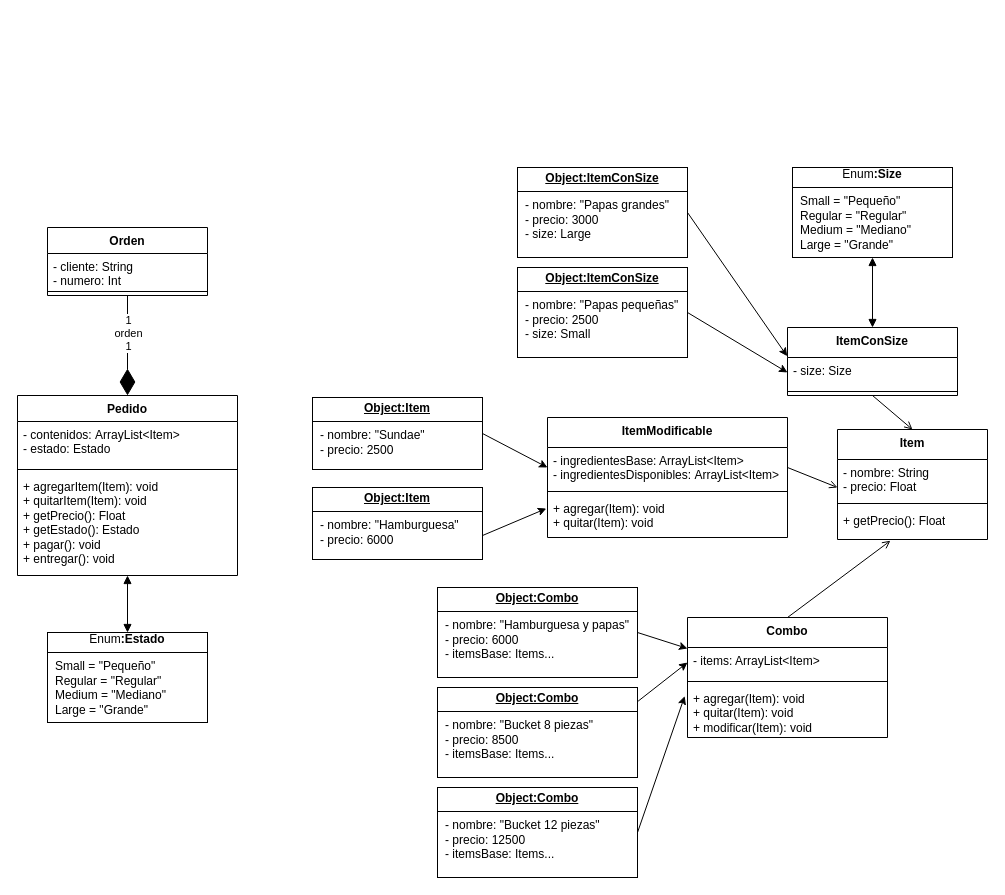
Zasa-san/inspt-programacion2 keeps this draw.io diagram as uml.drawio. Above is the earlier version. Source tidied: cells renumbered, new cells numbered last; positions are measured from the earlier drawing's top-left corner, leaving out a move shared by most shapes. Both pictures are drawn from the tidied source at 100%, with x=0, y=0 at pixel (17, 167).
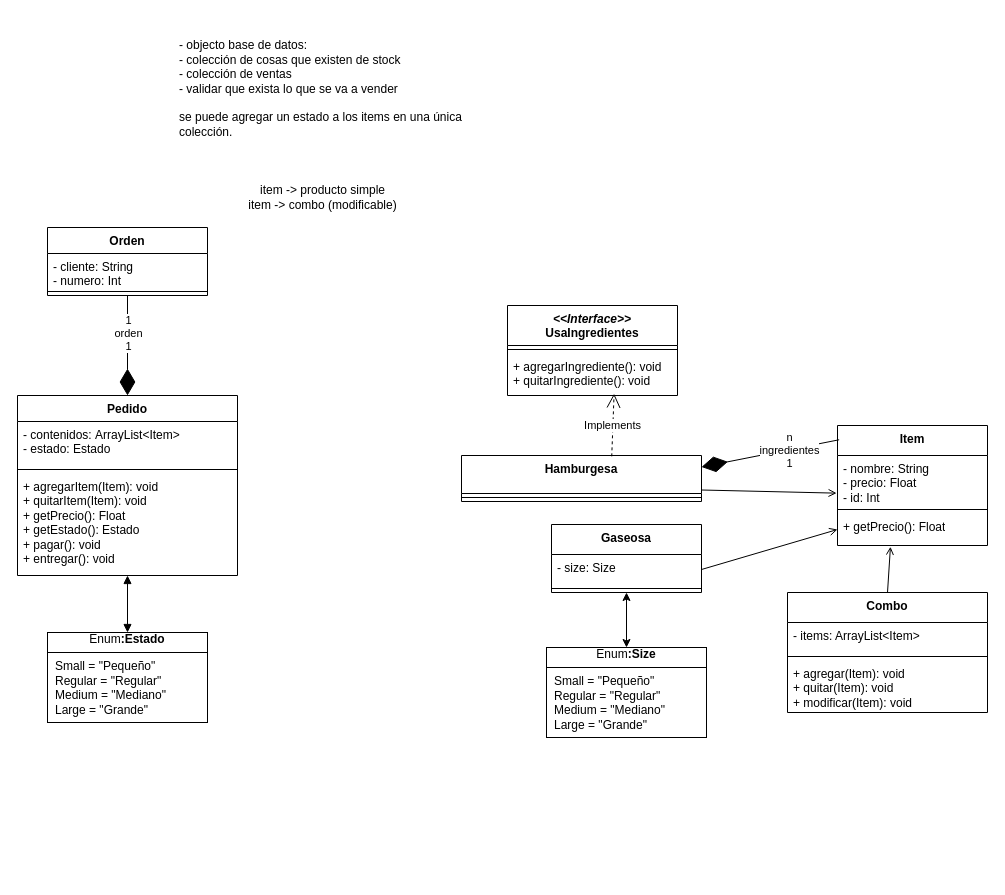
The same diagram, later.

Commit message (it also covers changes not shown here):
mejora de productos e implementación base

The change refers to these unchanged cells:
```xml
<mxCell id="8" value="- items: ArrayList&amp;lt;Item&amp;gt;" style="text;strokeColor=none;fillColor=none;align=left;verticalAlign=top;spacingLeft=4;spacingRight=4;overflow=hidden;points=[[0,0.5],[1,0.5]];portConstraint=eastwest;whiteSpace=wrap;html=1;" parent="7" vertex="1">
  <mxGeometry y="30" width="200" height="30" as="geometry" />
</mxCell>
<mxCell id="10" value="+ agregar(Item): void&lt;div&gt;+ quitar(Item): void&lt;br&gt;&lt;/div&gt;&lt;div&gt;+ modificar(Item): void&lt;/div&gt;" style="text;strokeColor=none;fillColor=none;align=left;verticalAlign=top;spacingLeft=4;spacingRight=4;overflow=hidden;points=[[0,0.5],[1,0.5]];portConstraint=eastwest;whiteSpace=wrap;html=1;" parent="7" vertex="1">
  <mxGeometry y="68" width="200" height="52" as="geometry" />
</mxCell>
```

Diff of the diagram source:
```diff
@@
     <mxCell id="6" value="&lt;div align=&quot;center&quot;&gt;Enum&lt;b&gt;:Size&lt;/b&gt;&lt;/div&gt;&lt;hr size=&quot;1&quot; style=&quot;border-style:solid;&quot;&gt;&lt;p style=&quot;margin:0px;margin-left:8px;&quot;&gt;Small = &quot;Pequeño&quot;&lt;/p&gt;&lt;p style=&quot;margin:0px;margin-left:8px;&quot;&gt;Regular = &quot;Regular&quot;&lt;br&gt;Medium = &quot;Mediano&quot;&lt;br&gt;Large = &quot;Grande&quot;&lt;/p&gt;" style="verticalAlign=top;align=left;overflow=fill;html=1;whiteSpace=wrap;" parent="1" vertex="1">
-      <mxGeometry x="775" width="160" height="90" as="geometry" />
+      <mxGeometry x="529" y="480" width="160" height="90" as="geometry" />
     </mxCell>
     <mxCell id="7" value="&lt;div&gt;&lt;span style=&quot;background-color: transparent;&quot;&gt;Combo&lt;/span&gt;&lt;br&gt;&lt;/div&gt;&lt;div&gt;&lt;br&gt;&lt;/div&gt;&lt;div&gt;&lt;br&gt;&lt;/div&gt;" style="swimlane;fontStyle=1;align=center;verticalAlign=top;horizontal=1;startSize=30;whiteSpace=wrap;html=1;" parent="1" vertex="1">
-      <mxGeometry x="670" y="450" width="200" height="120" as="geometry" />
+      <mxGeometry x="770" y="425" width="200" height="120" as="geometry" />
     </mxCell>
@@
     <mxCell id="11" value="&lt;div&gt;Item&lt;/div&gt;" style="swimlane;fontStyle=1;align=center;verticalAlign=top;horizontal=1;startSize=30;whiteSpace=wrap;html=1;" parent="1" vertex="1">
-      <mxGeometry x="820" y="262" width="150" height="110" as="geometry" />
+      <mxGeometry x="820" y="258" width="150" height="120" as="geometry" />
     </mxCell>
-    <mxCell id="12" value="&lt;div&gt;- nombre: String&lt;/div&gt;&lt;div&gt;- precio: Float&lt;/div&gt;" style="text;strokeColor=none;fillColor=none;align=left;verticalAlign=top;spacingLeft=4;spacingRight=4;overflow=hidden;points=[[0,0.5],[1,0.5]];portConstraint=eastwest;whiteSpace=wrap;html=1;" parent="11" vertex="1">
-      <mxGeometry y="30" width="150" height="40" as="geometry" />
+    <mxCell id="12" value="&lt;div&gt;- nombre: String&lt;/div&gt;&lt;div&gt;- precio: Float&lt;/div&gt;&lt;div&gt;- id: Int&lt;/div&gt;&lt;div&gt;&lt;br&gt;&lt;/div&gt;" style="text;strokeColor=none;fillColor=none;align=left;verticalAlign=top;spacingLeft=4;spacingRight=4;overflow=hidden;points=[[0,0.5],[1,0.5]];portConstraint=eastwest;whiteSpace=wrap;html=1;" parent="11" vertex="1">
+      <mxGeometry y="30" width="150" height="50" as="geometry" />
     </mxCell>
     <mxCell id="13" style="line;strokeWidth=1;fillColor=none;align=left;verticalAlign=middle;spacingTop=-1;spacingLeft=3;spacingRight=3;labelPosition=right;strokeColor=inherit;" parent="11" vertex="1">
-      <mxGeometry y="70" width="150" height="8" as="geometry" />
+      <mxGeometry y="80" width="150" height="8" as="geometry" />
     </mxCell>
     <mxCell id="14" value="&lt;div&gt;+ getPrecio(): Float&lt;/div&gt;&lt;div&gt;&lt;br&gt;&lt;/div&gt;&lt;div&gt;&lt;br&gt;&lt;/div&gt;" style="text;strokeColor=none;fillColor=none;align=left;verticalAlign=top;spacingLeft=4;spacingRight=4;overflow=hidden;points=[[0,0.5],[1,0.5]];portConstraint=eastwest;whiteSpace=wrap;html=1;" parent="11" vertex="1">
-      <mxGeometry y="78" width="150" height="32" as="geometry" />
+      <mxGeometry y="88" width="150" height="32" as="geometry" />
     </mxCell>
-    <mxCell id="15" style="endArrow=classic;html=1;rounded=0;exitX=1;exitY=0.5;exitDx=0;exitDy=0;entryX=0;entryY=0.5;entryDx=0;entryDy=0;fontStyle=1;" parent="1" edge="1" source="34" target="18">
-      <mxGeometry relative="1" as="geometry" />
-    </mxCell>
-    <mxCell id="16" style="endArrow=classic;html=1;rounded=0;entryX=-0.002;entryY=-0.044;entryDx=0;entryDy=0;entryPerimeter=0;exitX=1;exitY=0.5;exitDx=0;exitDy=0;" parent="1" edge="1" source="33" target="18">
-      <mxGeometry relative="1" as="geometry" />
-    </mxCell>
-    <mxCell id="17" value="ItemConSize" style="swimlane;fontStyle=1;align=center;verticalAlign=top;horizontal=1;startSize=30;whiteSpace=wrap;html=1;" parent="1" vertex="1">
-      <mxGeometry x="770" y="160" width="170" height="68" as="geometry" />
-    </mxCell>
-    <mxCell id="18" value="&lt;div&gt;&lt;span style=&quot;background-color: transparent;&quot;&gt;- size: Size&lt;/span&gt;&lt;br&gt;&lt;/div&gt;" style="text;strokeColor=none;fillColor=none;align=left;verticalAlign=top;spacingLeft=4;spacingRight=4;overflow=hidden;points=[[0,0.5],[1,0.5]];portConstraint=eastwest;whiteSpace=wrap;html=1;" parent="17" vertex="1">
-      <mxGeometry y="30" width="170" height="30" as="geometry" />
-    </mxCell>
-    <mxCell id="19" style="line;strokeWidth=1;fillColor=none;align=left;verticalAlign=middle;spacingTop=-1;spacingLeft=3;spacingRight=3;labelPosition=right;strokeColor=inherit;" parent="17" vertex="1">
-      <mxGeometry y="60" width="170" height="8" as="geometry" />
-    </mxCell>
-    <mxCell id="20" style="endArrow=open;html=1;rounded=0;exitX=0.5;exitY=1;exitDx=0;exitDy=0;entryX=0.5;entryY=0;entryDx=0;entryDy=0;endFill=0;" parent="1" edge="1" source="17" target="11">
-      <mxGeometry relative="1" as="geometry" />
-    </mxCell>
-    <mxCell id="21" style="endArrow=classic;html=1;rounded=0;exitX=1.003;exitY=0.152;exitDx=0;exitDy=0;entryX=0;entryY=0.5;entryDx=0;entryDy=0;exitPerimeter=0;" parent="1" edge="1" source="22" target="8">
-      <mxGeometry relative="1" as="geometry" />
-    </mxCell>
-    <mxCell id="22" value="&lt;p style=&quot;margin:0px;margin-top:4px;text-align:center;text-decoration:underline;&quot;&gt;&lt;b&gt;Object:Combo&lt;/b&gt;&lt;/p&gt;&lt;hr size=&quot;1&quot; style=&quot;border-style:solid;&quot;&gt;&lt;p style=&quot;margin:0px;margin-left:8px;&quot;&gt;- nombre: &quot;Bucket 8 piezas&quot;&lt;/p&gt;&lt;p style=&quot;margin:0px;margin-left:8px;&quot;&gt;- precio: 8500&lt;/p&gt;&lt;p style=&quot;margin:0px;margin-left:8px;&quot;&gt;- itemsBase: Items...&lt;/p&gt;" style="verticalAlign=top;align=left;overflow=fill;html=1;whiteSpace=wrap;" parent="1" vertex="1">
-      <mxGeometry x="420" y="520" width="200" height="90" as="geometry" />
-    </mxCell>
-    <mxCell id="23" value="&lt;p style=&quot;margin:0px;margin-top:4px;text-align:center;text-decoration:underline;&quot;&gt;&lt;b&gt;Object:Combo&lt;/b&gt;&lt;/p&gt;&lt;hr size=&quot;1&quot; style=&quot;border-style:solid;&quot;&gt;&lt;p style=&quot;margin:0px;margin-left:8px;&quot;&gt;- nombre: &quot;Bucket 12 piezas&quot;&lt;/p&gt;&lt;p style=&quot;margin:0px;margin-left:8px;&quot;&gt;- precio: 12500&lt;/p&gt;&lt;p style=&quot;margin:0px;margin-left:8px;&quot;&gt;- itemsBase:&amp;nbsp;&lt;span style=&quot;background-color: transparent;&quot;&gt;Items...&lt;/span&gt;&lt;/p&gt;" style="verticalAlign=top;align=left;overflow=fill;html=1;whiteSpace=wrap;" parent="1" vertex="1">
-      <mxGeometry x="420" y="620" width="200" height="90" as="geometry" />
-    </mxCell>
-    <mxCell id="24" style="endArrow=classic;html=1;rounded=0;entryX=-0.014;entryY=0.205;entryDx=0;entryDy=0;entryPerimeter=0;exitX=1;exitY=0.5;exitDx=0;exitDy=0;" parent="1" edge="1" source="23" target="10">
-      <mxGeometry relative="1" as="geometry" />
-    </mxCell>
@@
-    <mxCell id="26" value="&lt;p style=&quot;margin:0px;margin-top:4px;text-align:center;text-decoration:underline;&quot;&gt;&lt;b&gt;Object:Combo&lt;/b&gt;&lt;/p&gt;&lt;hr size=&quot;1&quot; style=&quot;border-style:solid;&quot;&gt;&lt;p style=&quot;margin:0px;margin-left:8px;&quot;&gt;- nombre: &quot;Hamburguesa y papas&quot;&lt;/p&gt;&lt;p style=&quot;margin:0px;margin-left:8px;&quot;&gt;- precio: 6000&lt;/p&gt;&lt;p style=&quot;margin:0px;margin-left:8px;&quot;&gt;- itemsBase: Items...&lt;/p&gt;" style="verticalAlign=top;align=left;overflow=fill;html=1;whiteSpace=wrap;" parent="1" vertex="1">
-      <mxGeometry x="420" y="420" width="200" height="90" as="geometry" />
-    </mxCell>
-    <mxCell id="27" style="endArrow=classic;html=1;rounded=0;entryX=0;entryY=0.033;entryDx=0;entryDy=0;entryPerimeter=0;exitX=1;exitY=0.5;exitDx=0;exitDy=0;" parent="1" edge="1" source="26" target="8">
-      <mxGeometry relative="1" as="geometry" />
-    </mxCell>
@@
-    <mxCell id="33" value="&lt;p style=&quot;margin:0px;margin-top:4px;text-align:center;text-decoration:underline;&quot;&gt;&lt;b&gt;Object:ItemConSize&lt;/b&gt;&lt;/p&gt;&lt;hr size=&quot;1&quot; style=&quot;border-style:solid;&quot;&gt;&lt;p style=&quot;margin:0px;margin-left:8px;&quot;&gt;- nombre: &quot;Papas grandes&quot;&lt;/p&gt;&lt;p style=&quot;margin:0px;margin-left:8px;&quot;&gt;- precio: 3000&lt;/p&gt;&lt;p style=&quot;margin:0px;margin-left:8px;&quot;&gt;- size: Large&lt;/p&gt;" style="verticalAlign=top;align=left;overflow=fill;html=1;whiteSpace=wrap;" parent="1" vertex="1">
-      <mxGeometry x="500" width="170" height="90" as="geometry" />
-    </mxCell>
-    <mxCell id="34" value="&lt;p style=&quot;margin:0px;margin-top:4px;text-align:center;text-decoration:underline;&quot;&gt;&lt;b&gt;Object:ItemConSize&lt;/b&gt;&lt;/p&gt;&lt;hr size=&quot;1&quot; style=&quot;border-style:solid;&quot;&gt;&lt;p style=&quot;margin:0px;margin-left:8px;&quot;&gt;- nombre: &quot;Papas pequeñas&quot;&lt;/p&gt;&lt;p style=&quot;margin:0px;margin-left:8px;&quot;&gt;- precio: 2500&lt;/p&gt;&lt;p style=&quot;margin:0px;margin-left:8px;&quot;&gt;- size: Small&lt;/p&gt;" style="verticalAlign=top;align=left;overflow=fill;html=1;whiteSpace=wrap;" parent="1" vertex="1">
-      <mxGeometry x="500" y="100" width="170" height="90" as="geometry" />
-    </mxCell>
-    <mxCell id="35" value="&lt;p style=&quot;margin:0px;margin-top:4px;text-align:center;text-decoration:underline;&quot;&gt;&lt;b&gt;Object:Item&lt;/b&gt;&lt;/p&gt;&lt;hr size=&quot;1&quot; style=&quot;border-style:solid;&quot;&gt;&lt;p style=&quot;margin:0px;margin-left:8px;&quot;&gt;- nombre: &quot;Sundae&quot;&lt;/p&gt;&lt;p style=&quot;margin:0px;margin-left:8px;&quot;&gt;- precio: 2500&lt;br&gt;&lt;/p&gt;" style="verticalAlign=top;align=left;overflow=fill;html=1;whiteSpace=wrap;" parent="1" vertex="1">
-      <mxGeometry x="295" y="230" width="170" height="72" as="geometry" />
-    </mxCell>
-    <mxCell id="36" value="&lt;p style=&quot;margin:0px;margin-top:4px;text-align:center;text-decoration:underline;&quot;&gt;&lt;b&gt;Object:Item&lt;/b&gt;&lt;/p&gt;&lt;hr size=&quot;1&quot; style=&quot;border-style:solid;&quot;&gt;&lt;p style=&quot;margin:0px;margin-left:8px;&quot;&gt;- nombre: &quot;Hamburguesa&quot;&lt;/p&gt;&lt;p style=&quot;margin:0px;margin-left:8px;&quot;&gt;- precio: 6000&lt;br&gt;&lt;/p&gt;" style="verticalAlign=top;align=left;overflow=fill;html=1;whiteSpace=wrap;" parent="1" vertex="1">
-      <mxGeometry x="295" y="320" width="170" height="72" as="geometry" />
-    </mxCell>
-    <mxCell id="37" value="&lt;div&gt;ItemModificable&lt;/div&gt;" style="swimlane;fontStyle=1;align=center;verticalAlign=top;horizontal=1;startSize=30;whiteSpace=wrap;html=1;" parent="1" vertex="1">
-      <mxGeometry x="530" y="250" width="240" height="120" as="geometry" />
-    </mxCell>
-    <mxCell id="38" value="- ingredientesBase: ArrayList&amp;lt;Item&amp;gt;&lt;div&gt;- ingredientesDisponibles:&amp;nbsp;&lt;span style=&quot;background-color: transparent;&quot;&gt;ArrayList&amp;lt;Item&amp;gt;&lt;/span&gt;&lt;br&gt;&lt;/div&gt;" style="text;strokeColor=none;fillColor=none;align=left;verticalAlign=top;spacingLeft=4;spacingRight=4;overflow=hidden;points=[[0,0.5],[1,0.5]];portConstraint=eastwest;whiteSpace=wrap;html=1;" parent="37" vertex="1">
-      <mxGeometry y="30" width="240" height="40" as="geometry" />
-    </mxCell>
-    <mxCell id="39" style="line;strokeWidth=1;fillColor=none;align=left;verticalAlign=middle;spacingTop=-1;spacingLeft=3;spacingRight=3;labelPosition=right;strokeColor=inherit;" parent="37" vertex="1">
-      <mxGeometry y="70" width="240" height="8" as="geometry" />
-    </mxCell>
-    <mxCell id="40" value="&lt;div&gt;+ agregar(Item): void&lt;/div&gt;&lt;div&gt;+ quitar(Item): void&lt;/div&gt;&lt;div&gt;&lt;br&gt;&lt;/div&gt;&lt;div&gt;&lt;br&gt;&lt;/div&gt;" style="text;strokeColor=none;fillColor=none;align=left;verticalAlign=top;spacingLeft=4;spacingRight=4;overflow=hidden;points=[[0,0.5],[1,0.5]];portConstraint=eastwest;whiteSpace=wrap;html=1;" parent="37" vertex="1">
-      <mxGeometry y="78" width="240" height="42" as="geometry" />
-    </mxCell>
-    <mxCell id="41" style="endArrow=open;html=1;rounded=0;exitX=1;exitY=0.5;exitDx=0;exitDy=0;endFill=0;" parent="1" edge="1" source="38">
-      <mxGeometry relative="1" as="geometry">
-        <mxPoint x="820" y="320" as="targetPoint" />
-      </mxGeometry>
-    </mxCell>
-    <mxCell id="42" style="endArrow=classic;html=1;rounded=0;exitX=1;exitY=0.5;exitDx=0;exitDy=0;entryX=0;entryY=0.5;entryDx=0;entryDy=0;" parent="1" edge="1" source="35" target="38">
-      <mxGeometry relative="1" as="geometry" />
-    </mxCell>
-    <mxCell id="43" style="endArrow=classic;html=1;rounded=0;exitX=1;exitY=0.667;exitDx=0;exitDy=0;entryX=-0.005;entryY=0.31;entryDx=0;entryDy=0;exitPerimeter=0;entryPerimeter=0;" parent="1" edge="1" source="36" target="40">
-      <mxGeometry relative="1" as="geometry" />
-    </mxCell>
-    <mxCell id="44" style="endArrow=block;startArrow=block;endFill=1;startFill=1;html=1;rounded=0;entryX=0.5;entryY=1;entryDx=0;entryDy=0;exitX=0.5;exitY=0;exitDx=0;exitDy=0;" parent="1" edge="1" source="17" target="6">
-      <mxGeometry relative="1" as="geometry" />
-    </mxCell>
@@
+    <mxCell id="47" value="&#10;- objecto base de datos:&#10;- colección de cosas que existen de stock&#10;- colección de ventas&#10;- validar que exista lo que se va a vender&#10;&#10;se puede agregar un estado a los items en una única colección." style="text;whiteSpace=wrap;" parent="1" vertex="1">
+      <mxGeometry x="160" y="-150" width="310" height="130" as="geometry" />
+    </mxCell>
+    <mxCell id="48" value="&lt;div&gt;item -&amp;gt; producto simple&lt;/div&gt;&lt;div&gt;item -&amp;gt; combo (modificable)&lt;/div&gt;" style="text;html=1;align=center;verticalAlign=middle;strokeColor=none;fillColor=none;" parent="1" vertex="1">
+      <mxGeometry x="220" y="10" width="170" height="40" as="geometry" />
+    </mxCell>
+    <mxCell id="49" value="Gaseosa" style="swimlane;fontStyle=1;align=center;verticalAlign=top;horizontal=1;startSize=30;whiteSpace=wrap;html=1;" parent="1" vertex="1">
+      <mxGeometry x="534" y="357" width="150" height="68" as="geometry" />
+    </mxCell>
+    <mxCell id="18" value="&lt;div&gt;- size: Size&lt;/div&gt;" style="text;strokeColor=none;fillColor=none;align=left;verticalAlign=top;spacingLeft=4;spacingRight=4;overflow=hidden;points=[[0,0.5],[1,0.5]];portConstraint=eastwest;whiteSpace=wrap;html=1;" parent="49" vertex="1">
+      <mxGeometry y="30" width="150" height="30" as="geometry" />
+    </mxCell>
+    <mxCell id="50" style="line;strokeWidth=1;fillColor=none;align=left;verticalAlign=middle;spacingTop=-1;spacingLeft=3;spacingRight=3;labelPosition=right;strokeColor=inherit;" parent="49" vertex="1">
+      <mxGeometry y="60" width="150" height="8" as="geometry" />
+    </mxCell>
+    <mxCell id="51" style="endArrow=classic;startArrow=classic;html=1;rounded=0;entryX=0.5;entryY=0;entryDx=0;entryDy=0;exitX=0.5;exitY=1;exitDx=0;exitDy=0;" parent="1" edge="1" source="49" target="6">
+      <mxGeometry relative="1" as="geometry" />
+    </mxCell>
+    <mxCell id="52" style="endArrow=open;html=1;rounded=0;exitX=1;exitY=0.5;exitDx=0;exitDy=0;entryX=0;entryY=0.5;entryDx=0;entryDy=0;endFill=0;" parent="1" edge="1" source="18" target="14">
+      <mxGeometry relative="1" as="geometry" />
+    </mxCell>
+    <mxCell id="53" value="Hamburgesa" style="swimlane;fontStyle=1;align=center;verticalAlign=top;horizontal=1;startSize=38;whiteSpace=wrap;html=1;" parent="1" vertex="1">
+      <mxGeometry x="444" y="288" width="240" height="46" as="geometry" />
+    </mxCell>
+    <mxCell id="54" style="line;strokeWidth=1;fillColor=none;align=left;verticalAlign=middle;spacingTop=-1;spacingLeft=3;spacingRight=3;labelPosition=right;strokeColor=inherit;" parent="53" vertex="1">
+      <mxGeometry y="38" width="240" height="8" as="geometry" />
+    </mxCell>
+    <mxCell id="55" style="endArrow=open;html=1;rounded=0;exitX=1;exitY=0.75;exitDx=0;exitDy=0;entryX=-0.006;entryY=0.753;entryDx=0;entryDy=0;endFill=0;entryPerimeter=0;" parent="1" edge="1" source="53" target="12">
+      <mxGeometry relative="1" as="geometry" />
+    </mxCell>
+    <mxCell id="56" value="&lt;div&gt;&lt;i&gt;&amp;lt;&amp;lt;Interface&amp;gt;&amp;gt;&lt;/i&gt;&lt;/div&gt;&lt;div&gt;&lt;b&gt;UsaIngredientes&lt;/b&gt;&lt;/div&gt;" style="swimlane;fontStyle=1;align=center;verticalAlign=top;horizontal=1;startSize=40;whiteSpace=wrap;html=1;" parent="1" vertex="1">
+      <mxGeometry x="490" y="138" width="170" height="90" as="geometry" />
+    </mxCell>
+    <mxCell id="57" style="line;strokeWidth=1;fillColor=none;align=left;verticalAlign=middle;spacingTop=-1;spacingLeft=3;spacingRight=3;labelPosition=right;strokeColor=inherit;" parent="56" vertex="1">
+      <mxGeometry y="40" width="170" height="8" as="geometry" />
+    </mxCell>
+    <mxCell id="58" value="&lt;div&gt;+ agregarIngrediente(): void&lt;/div&gt;&lt;div&gt;+ quitarIngrediente(): void&lt;/div&gt;&lt;div&gt;&lt;br&gt;&lt;/div&gt;&lt;div&gt;&lt;br&gt;&lt;/div&gt;" style="text;strokeColor=none;fillColor=none;align=left;verticalAlign=top;spacingLeft=4;spacingRight=4;overflow=hidden;points=[[0,0.5],[1,0.5]];portConstraint=eastwest;whiteSpace=wrap;html=1;" parent="56" vertex="1">
+      <mxGeometry y="48" width="170" height="42" as="geometry" />
+    </mxCell>
+    <mxCell id="59" value="Implements" style="endArrow=open;endSize=12;dashed=1;html=1;rounded=0;exitX=0.626;exitY=0.018;exitDx=0;exitDy=0;entryX=0.627;entryY=0.956;entryDx=0;entryDy=0;entryPerimeter=0;exitPerimeter=0;" parent="1" edge="1" source="53" target="58">
+      <mxGeometry relative="1" as="geometry" />
+    </mxCell>
+    <mxCell id="60" style="endArrow=diamondThin;endFill=1;endSize=24;html=1;rounded=0;exitX=0.011;exitY=0.119;exitDx=0;exitDy=0;entryX=1;entryY=0.25;entryDx=0;entryDy=0;exitPerimeter=0;" parent="1" edge="1" source="11" target="53">
+      <mxGeometry relative="1" as="geometry" />
+    </mxCell>
+    <mxCell id="61" value="&lt;div&gt;n&lt;/div&gt;&lt;div&gt;ingredientes&lt;/div&gt;&lt;div&gt;1&lt;/div&gt;" style="edgeLabel;html=1;align=center;verticalAlign=middle;" parent="60" vertex="1">
+      <mxGeometry x="-0.27" relative="1" as="geometry" />
+    </mxCell>
```
